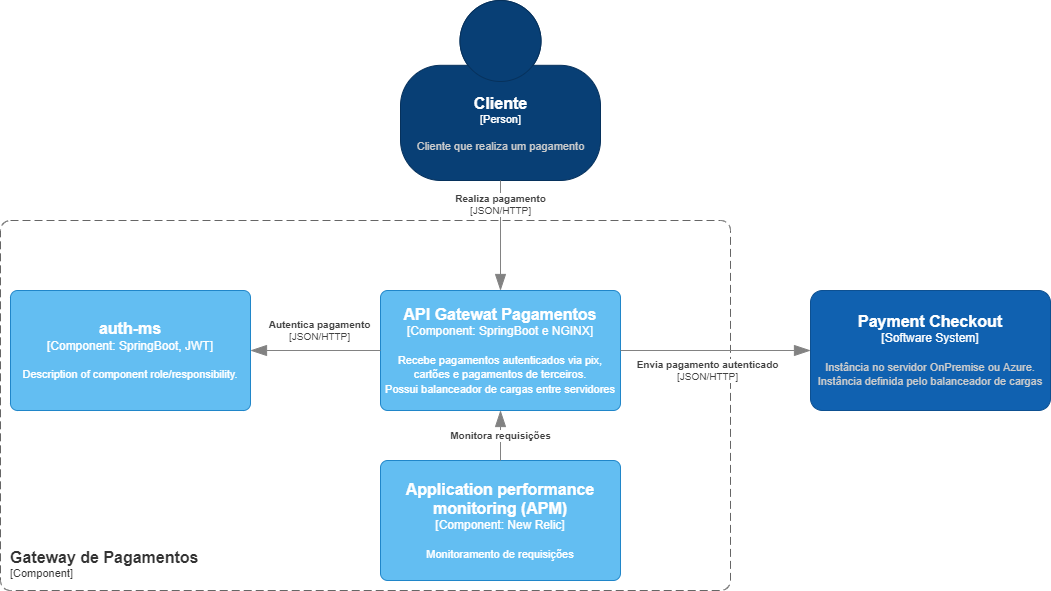
Above: Container Gateway Pagamentos.drawio.png in felipesalvadordev/payment-system-architecture-C4 (draw.io), before the change. Source tidied: cells renumbered, new cells last; positions are measured from the earlier drawing's top-left corner, leaving out a move shared by most shapes.
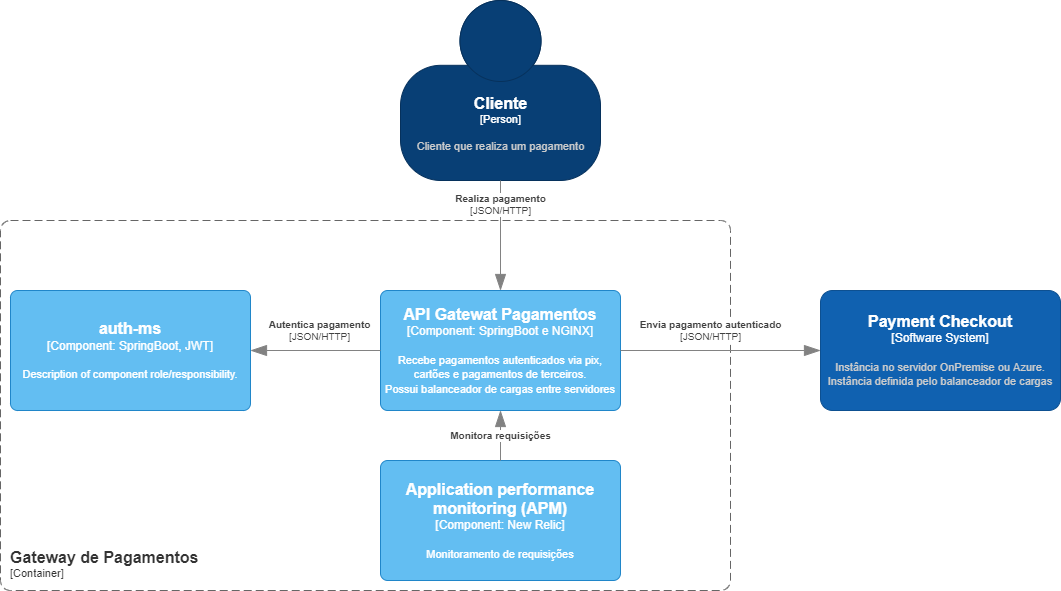
After the change.

What changed in the source:
```diff
@@ -7,7 +7,7 @@
         <mxGeometry x="400" width="200" height="180" as="geometry" />
       </mxCell>
     </object>
-    <object id="3" label="&lt;font style=&quot;font-size: 16px&quot;&gt;&lt;b&gt;&lt;div style=&quot;text-align: left&quot;&gt;%c4Name%&lt;/div&gt;&lt;/b&gt;&lt;/font&gt;&lt;div style=&quot;text-align: left&quot;&gt;[%c4Application%]&lt;/div&gt;" c4Application="Component" c4Name="Gateway de Pagamentos" c4Type="ContainerScopeBoundary" placeholders="1">
+    <object id="3" label="&lt;font style=&quot;font-size: 16px&quot;&gt;&lt;b&gt;&lt;div style=&quot;text-align: left&quot;&gt;%c4Name%&lt;/div&gt;&lt;/b&gt;&lt;/font&gt;&lt;div style=&quot;text-align: left&quot;&gt;[%c4Application%]&lt;/div&gt;" c4Application="Container" c4Name="Gateway de Pagamentos" c4Type="ContainerScopeBoundary" placeholders="1">
       <mxCell style="rounded=1;fontSize=11;whiteSpace=wrap;html=1;dashed=1;arcSize=20;fillColor=none;strokeColor=#666666;fontColor=#333333;labelBackgroundColor=none;align=left;verticalAlign=bottom;labelBorderColor=none;spacingTop=0;spacing=10;dashPattern=8 4;perimeter=rectanglePerimeter;noLabel=0;labelPadding=0;absoluteArcSize=1;" parent="1" vertex="1">
         <mxGeometry y="220" width="730" height="370" as="geometry" />
       </mxCell>
@@ -19,7 +19,7 @@
     </object>
     <object id="5" label="&lt;font style=&quot;font-size: 16px&quot;&gt;&lt;b&gt;%c4Name%&lt;/b&gt;&lt;/font&gt;&lt;div&gt;[%c4Type%]&lt;/div&gt;&lt;br&gt;&lt;div&gt;&lt;font style=&quot;font-size: 11px&quot;&gt;&lt;font color=&quot;#cccccc&quot;&gt;%c4Description%&lt;/font&gt;&lt;/div&gt;" c4Description="Instância no servidor OnPremise ou Azure.&#10;Instância definida pelo balanceador de cargas" c4Name="Payment Checkout" c4Type="Software System" placeholders="1">
       <mxCell style="rounded=1;whiteSpace=wrap;html=1;labelBackgroundColor=none;fillColor=#1061B0;fontColor=#ffffff;align=center;arcSize=10;strokeColor=#0D5091;points=[[0.25,0,0],[0.5,0,0],[0.75,0,0],[1,0.25,0],[1,0.5,0],[1,0.75,0],[0.75,1,0],[0.5,1,0],[0.25,1,0],[0,0.75,0],[0,0.5,0],[0,0.25,0]];" parent="1" vertex="1">
-        <mxGeometry x="810" y="290" width="240" height="120" as="geometry" />
+        <mxGeometry x="820" y="290" width="240" height="120" as="geometry" />
       </mxCell>
     </object>
     <object id="6" label="&lt;font style=&quot;font-size: 16px&quot;&gt;&lt;b&gt;%c4Name%&lt;/b&gt;&lt;/font&gt;&lt;div&gt;[%c4Type%: %c4Technology%]&lt;/div&gt;&lt;br&gt;&lt;div&gt;&lt;font style=&quot;font-size: 11px&quot;&gt;%c4Description%&lt;/font&gt;&lt;/div&gt;" c4Description="Monitoramento de requisições" c4Name="Application performance monitoring (APM)" c4Technology="New Relic" c4Type="Component" placeholders="1">
@@ -43,13 +43,23 @@
       </mxCell>
     </object>
     <object id="10" label="&lt;div style=&quot;text-align: left&quot;&gt;&lt;div style=&quot;text-align: center&quot;&gt;&lt;b&gt;%c4Description%&lt;/b&gt;&lt;/div&gt;&lt;div style=&quot;text-align: center&quot;&gt;[%c4Technology%]&lt;/div&gt;&lt;/div&gt;" c4Description="Autentica pagamento" c4Technology="JSON/HTTP" c4Type="Relationship" placeholders="1">
-      <mxCell style="endArrow=blockThin;html=1;fontSize=10;fontColor=#404040;strokeWidth=1;endFill=1;strokeColor=#828282;elbow=vertical;endSize=14;startSize=14;jumpStyle=arc;jumpSize=16;rounded=0;edgeStyle=orthogonalEdgeStyle;" parent="1" edge="1" source="8" target="9">
-        <mxGeometry x="-0.07" y="-20" relative="1" as="geometry" />
+      <mxCell style="endArrow=blockThin;html=1;fontSize=10;fontColor=#404040;strokeWidth=1;endFill=1;strokeColor=#828282;elbow=vertical;endSize=14;startSize=14;jumpStyle=arc;jumpSize=16;rounded=0;edgeStyle=orthogonalEdgeStyle;exitX=0;exitY=0.5;exitDx=0;exitDy=0;exitPerimeter=0;" parent="1" edge="1" source="8" target="9">
+        <mxGeometry x="-0.07" y="-20" relative="1" as="geometry">
+          <Array as="points">
+            <mxPoint x="320" y="350" />
+            <mxPoint x="320" y="350" />
+          </Array>
+        </mxGeometry>
       </mxCell>
     </object>
     <object id="11" label="&lt;div style=&quot;text-align: left&quot;&gt;&lt;div style=&quot;text-align: center&quot;&gt;&lt;b&gt;%c4Description%&lt;/b&gt;&lt;/div&gt;&lt;div style=&quot;text-align: center&quot;&gt;[%c4Technology%]&lt;/div&gt;&lt;/div&gt;" c4Description="Envia pagamento autenticado" c4Technology="JSON/HTTP" c4Type="Relationship" placeholders="1">
-      <mxCell style="endArrow=blockThin;html=1;fontSize=10;fontColor=#404040;strokeWidth=1;endFill=1;strokeColor=#828282;elbow=vertical;endSize=14;startSize=14;jumpStyle=arc;jumpSize=16;rounded=0;edgeStyle=orthogonalEdgeStyle;" parent="1" edge="1" source="8" target="5">
-        <mxGeometry x="-0.08" y="-20" relative="1" as="geometry" />
+      <mxCell style="endArrow=blockThin;html=1;fontSize=10;fontColor=#404040;strokeWidth=1;endFill=1;strokeColor=#828282;elbow=vertical;endSize=14;startSize=14;jumpStyle=arc;jumpSize=16;rounded=0;edgeStyle=orthogonalEdgeStyle;exitX=1;exitY=0.5;exitDx=0;exitDy=0;exitPerimeter=0;" parent="1" edge="1" source="8" target="5">
+        <mxGeometry x="-0.1" y="20" relative="1" as="geometry">
+          <Array as="points">
+            <mxPoint x="680" y="350" />
+            <mxPoint x="680" y="350" />
+          </Array>
+        </mxGeometry>
       </mxCell>
     </object>
   </root>
```
